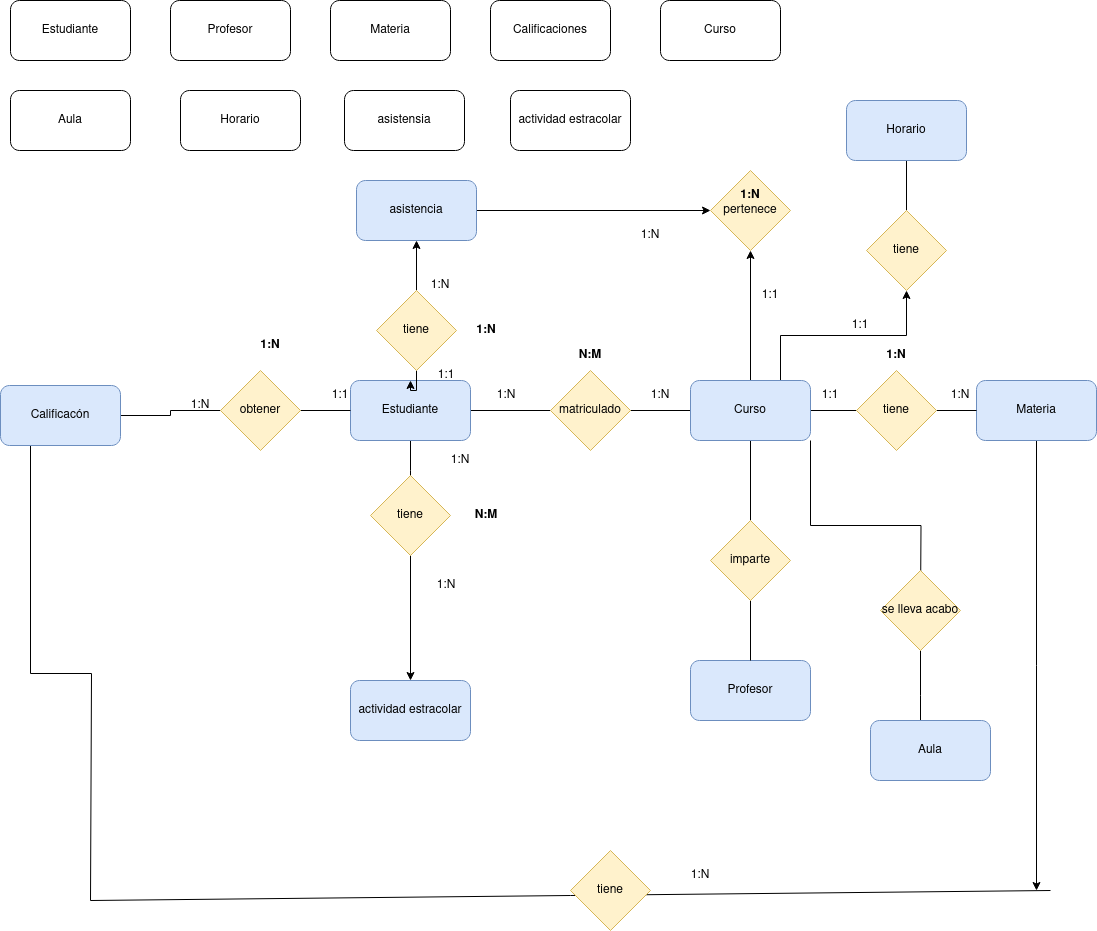
Before: Unidad1/tareas/tarea2/Diagrama sin título.drawio.png, a diagram exported from draw.io (lalayond/base-datos-). Source tidied: cells renumbered, new cells last; positions are measured from the earlier drawing's top-left corner, leaving out a move shared by most shapes.
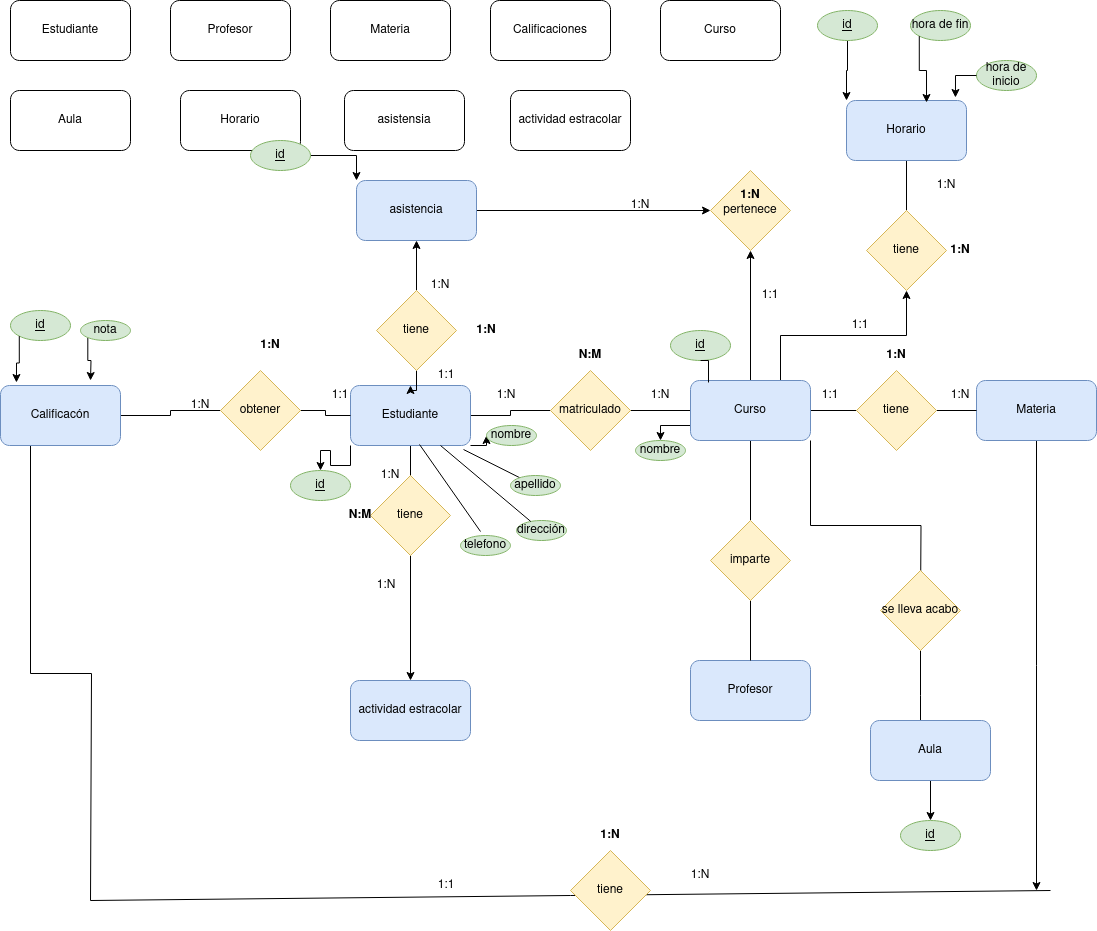
Later version of the same file.

What changed in the source:
```diff
@@ -37,8 +37,14 @@
         <mxPoint x="410" y="500" as="targetPoint" />
       </mxGeometry>
     </mxCell>
+    <mxCell id="71" style="edgeStyle=orthogonalEdgeStyle;rounded=0;jettySize=auto;html=1;exitX=0;exitY=1;exitDx=0;exitDy=0;" parent="1" edge="1" source="11" target="77">
+      <mxGeometry relative="1" as="geometry" />
+    </mxCell>
+    <mxCell id="72" style="edgeStyle=orthogonalEdgeStyle;rounded=0;jettySize=auto;html=1;exitX=1;exitY=1;exitDx=0;exitDy=0;entryX=0;entryY=0.5;entryDx=0;entryDy=0;" parent="1" edge="1" source="11" target="78">
+      <mxGeometry relative="1" as="geometry" />
+    </mxCell>
     <mxCell id="11" value="Estudiante" style="rounded=1;whiteSpace=wrap;html=1;fillColor=#dae8fc;strokeColor=#6c8ebf;" parent="1" vertex="1">
-      <mxGeometry x="350" y="380" width="120" height="60" as="geometry" />
+      <mxGeometry x="350" y="385" width="120" height="60" as="geometry" />
     </mxCell>
     <mxCell id="12" value="Profesor" style="rounded=1;whiteSpace=wrap;html=1;fillColor=#dae8fc;strokeColor=#6c8ebf;" parent="1" vertex="1">
       <mxGeometry x="690" y="660" width="120" height="60" as="geometry" />
@@ -72,6 +78,9 @@
         <mxPoint x="920" y="610" as="targetPoint" />
       </mxGeometry>
     </mxCell>
+    <mxCell id="73" style="edgeStyle=orthogonalEdgeStyle;rounded=0;jettySize=auto;html=1;exitX=0;exitY=0.75;exitDx=0;exitDy=0;entryX=0.5;entryY=0;entryDx=0;entryDy=0;" parent="1" edge="1" source="22" target="87">
+      <mxGeometry relative="1" as="geometry" />
+    </mxCell>
     <mxCell id="22" value="Curso" style="rounded=1;whiteSpace=wrap;html=1;fillColor=#dae8fc;strokeColor=#6c8ebf;" parent="1" vertex="1">
       <mxGeometry x="690" y="380" width="120" height="60" as="geometry" />
     </mxCell>
@@ -147,13 +156,13 @@
       <mxGeometry x="370" y="475" width="80" height="80" as="geometry" />
     </mxCell>
     <mxCell id="46" value="1:N" style="text;html=1;strokeColor=none;fillColor=none;align=center;verticalAlign=middle;whiteSpace=wrap;rounded=0;" parent="1" vertex="1">
-      <mxGeometry x="430" y="445" width="60" height="30" as="geometry" />
+      <mxGeometry x="360" y="460" width="60" height="30" as="geometry" />
     </mxCell>
     <mxCell id="47" value="1:N" style="text;html=1;strokeColor=none;fillColor=none;align=center;verticalAlign=middle;whiteSpace=wrap;rounded=0;" parent="1" vertex="1">
-      <mxGeometry x="416" y="570" width="60" height="30" as="geometry" />
+      <mxGeometry x="356" y="570" width="60" height="30" as="geometry" />
     </mxCell>
     <mxCell id="48" value="&lt;b&gt;N:M&lt;/b&gt;" style="text;html=1;strokeColor=none;fillColor=none;align=center;verticalAlign=middle;whiteSpace=wrap;rounded=0;" parent="1" vertex="1">
-      <mxGeometry x="456" y="500" width="60" height="30" as="geometry" />
+      <mxGeometry x="330" y="500" width="60" height="30" as="geometry" />
     </mxCell>
     <mxCell id="49" value="1:N" style="text;html=1;strokeColor=none;fillColor=none;align=center;verticalAlign=middle;whiteSpace=wrap;rounded=0;" parent="1" vertex="1">
       <mxGeometry x="930" y="380" width="60" height="30" as="geometry" />
@@ -198,7 +207,7 @@
       <mxGeometry x="740" y="280" width="60" height="30" as="geometry" />
     </mxCell>
     <mxCell id="62" value="1:N" style="text;html=1;strokeColor=none;fillColor=none;align=center;verticalAlign=middle;whiteSpace=wrap;rounded=0;" parent="1" vertex="1">
-      <mxGeometry x="620" y="220" width="60" height="30" as="geometry" />
+      <mxGeometry x="916" y="170" width="60" height="30" as="geometry" />
     </mxCell>
     <mxCell id="63" value="&lt;b&gt;1:N&lt;/b&gt;" style="text;html=1;strokeColor=none;fillColor=none;align=center;verticalAlign=middle;whiteSpace=wrap;rounded=0;" parent="1" vertex="1">
       <mxGeometry x="720" y="180" width="60" height="30" as="geometry" />
@@ -225,8 +234,99 @@
     <mxCell id="69" value="se lleva acabo" style="rhombus;whiteSpace=wrap;html=1;fillColor=#fff2cc;strokeColor=#d6b656;" parent="1" vertex="1">
       <mxGeometry x="880" y="570" width="80" height="80" as="geometry" />
     </mxCell>
+    <mxCell id="74" style="edgeStyle=orthogonalEdgeStyle;rounded=0;jettySize=auto;html=1;exitX=0.5;exitY=1;exitDx=0;exitDy=0;" parent="1" edge="1" source="70" target="88">
+      <mxGeometry relative="1" as="geometry" />
+    </mxCell>
     <mxCell id="70" value="Aula" style="rounded=1;whiteSpace=wrap;html=1;fillColor=#dae8fc;strokeColor=#6c8ebf;" parent="1" vertex="1">
       <mxGeometry x="870" y="720" width="120" height="60" as="geometry" />
     </mxCell>
+    <mxCell id="75" value="1:N" style="text;html=1;strokeColor=none;fillColor=none;align=center;verticalAlign=middle;whiteSpace=wrap;rounded=0;" parent="1" vertex="1">
+      <mxGeometry x="610" y="190" width="60" height="30" as="geometry" />
+    </mxCell>
+    <mxCell id="76" value="&lt;b&gt;1:N&lt;/b&gt;" style="text;html=1;strokeColor=none;fillColor=none;align=center;verticalAlign=middle;whiteSpace=wrap;rounded=0;" parent="1" vertex="1">
+      <mxGeometry x="930" y="235" width="60" height="30" as="geometry" />
+    </mxCell>
+    <mxCell id="77" value="id" style="ellipse;whiteSpace=wrap;html=1;fontStyle=4;fillColor=#d5e8d4;strokeColor=#82b366;" parent="1" vertex="1">
+      <mxGeometry x="290" y="470" width="60" height="30" as="geometry" />
+    </mxCell>
+    <mxCell id="78" value="nombre" style="ellipse;whiteSpace=wrap;html=1;fillColor=#d5e8d4;strokeColor=#82b366;" parent="1" vertex="1">
+      <mxGeometry x="486" y="425" width="50" height="20" as="geometry" />
+    </mxCell>
+    <mxCell id="79" value="dirección" style="ellipse;whiteSpace=wrap;html=1;fillColor=#d5e8d4;strokeColor=#82b366;" parent="1" vertex="1">
+      <mxGeometry x="516" y="520" width="50" height="20" as="geometry" />
+    </mxCell>
+    <mxCell id="80" style="endArrow=none;html=1;rounded=0;exitX=0.942;exitY=1.067;exitDx=0;exitDy=0;exitPerimeter=0;" parent="1" edge="1" source="11" target="81">
+      <mxGeometry relative="1" as="geometry" />
+    </mxCell>
+    <mxCell id="81" value="apellido" style="ellipse;whiteSpace=wrap;html=1;fillColor=#d5e8d4;strokeColor=#82b366;" parent="1" vertex="1">
+      <mxGeometry x="510" y="475" width="50" height="20" as="geometry" />
+    </mxCell>
+    <mxCell id="82" style="endArrow=none;html=1;rounded=0;exitX=0.75;exitY=1;exitDx=0;exitDy=0;" parent="1" edge="1" source="11" target="79">
+      <mxGeometry relative="1" as="geometry" />
+    </mxCell>
+    <mxCell id="83" value="telefono" style="ellipse;whiteSpace=wrap;html=1;fillColor=#d5e8d4;strokeColor=#82b366;" parent="1" vertex="1">
+      <mxGeometry x="460" y="535" width="50" height="20" as="geometry" />
+    </mxCell>
+    <mxCell id="84" style="endArrow=none;html=1;rounded=0;exitX=0.575;exitY=0.983;exitDx=0;exitDy=0;exitPerimeter=0;" parent="1" edge="1" source="11">
+      <mxGeometry relative="1" as="geometry">
+        <mxPoint x="480" y="531" as="targetPoint" />
+      </mxGeometry>
+    </mxCell>
+    <mxCell id="85" value="id" style="ellipse;whiteSpace=wrap;html=1;fontStyle=4;fillColor=#d5e8d4;strokeColor=#82b366;" parent="1" vertex="1">
+      <mxGeometry x="670" y="330" width="60" height="30" as="geometry" />
+    </mxCell>
+    <mxCell id="86" style="edgeStyle=orthogonalEdgeStyle;rounded=0;jettySize=auto;html=1;exitX=0.5;exitY=1;exitDx=0;exitDy=0;entryX=0.15;entryY=0.033;entryDx=0;entryDy=0;entryPerimeter=0;endArrow=none;endFill=0;" parent="1" edge="1" source="85" target="22">
+      <mxGeometry relative="1" as="geometry" />
+    </mxCell>
+    <mxCell id="87" value="nombre" style="ellipse;whiteSpace=wrap;html=1;fillColor=#d5e8d4;strokeColor=#82b366;" parent="1" vertex="1">
+      <mxGeometry x="635" y="440" width="50" height="20" as="geometry" />
+    </mxCell>
+    <mxCell id="88" value="id" style="ellipse;whiteSpace=wrap;html=1;fontStyle=4;fillColor=#d5e8d4;strokeColor=#82b366;" parent="1" vertex="1">
+      <mxGeometry x="900" y="820" width="60" height="30" as="geometry" />
+    </mxCell>
+    <mxCell id="89" style="edgeStyle=orthogonalEdgeStyle;rounded=0;jettySize=auto;html=1;exitX=0.5;exitY=1;exitDx=0;exitDy=0;entryX=0;entryY=0;entryDx=0;entryDy=0;" parent="1" edge="1" source="90" target="66">
+      <mxGeometry relative="1" as="geometry" />
+    </mxCell>
+    <mxCell id="90" value="id" style="ellipse;whiteSpace=wrap;html=1;fontStyle=4;fillColor=#d5e8d4;strokeColor=#82b366;" parent="1" vertex="1">
+      <mxGeometry x="817" y="10" width="60" height="30" as="geometry" />
+    </mxCell>
+    <mxCell id="91" value="hora de fin" style="ellipse;whiteSpace=wrap;html=1;fillColor=#d5e8d4;strokeColor=#82b366;" parent="1" vertex="1">
+      <mxGeometry x="910" y="10" width="60" height="30" as="geometry" />
+    </mxCell>
+    <mxCell id="92" style="edgeStyle=orthogonalEdgeStyle;rounded=0;jettySize=auto;html=1;exitX=0;exitY=1;exitDx=0;exitDy=0;entryX=0.667;entryY=0.033;entryDx=0;entryDy=0;entryPerimeter=0;" parent="1" edge="1" source="91" target="66">
+      <mxGeometry relative="1" as="geometry" />
+    </mxCell>
+    <mxCell id="93" value="hora de inicio" style="ellipse;whiteSpace=wrap;html=1;fillColor=#d5e8d4;strokeColor=#82b366;" parent="1" vertex="1">
+      <mxGeometry x="976" y="60" width="60" height="30" as="geometry" />
+    </mxCell>
+    <mxCell id="94" style="edgeStyle=orthogonalEdgeStyle;rounded=0;jettySize=auto;html=1;exitX=0;exitY=0.5;exitDx=0;exitDy=0;entryX=0.908;entryY=-0.05;entryDx=0;entryDy=0;entryPerimeter=0;" parent="1" edge="1" source="93" target="66">
+      <mxGeometry relative="1" as="geometry" />
+    </mxCell>
+    <mxCell id="95" value="id" style="ellipse;whiteSpace=wrap;html=1;fontStyle=4;fillColor=#d5e8d4;strokeColor=#82b366;" parent="1" vertex="1">
+      <mxGeometry x="10" y="310" width="60" height="30" as="geometry" />
+    </mxCell>
+    <mxCell id="96" style="edgeStyle=orthogonalEdgeStyle;rounded=0;jettySize=auto;html=1;exitX=0;exitY=1;exitDx=0;exitDy=0;entryX=0.133;entryY=-0.05;entryDx=0;entryDy=0;entryPerimeter=0;" parent="1" edge="1" source="95" target="8">
+      <mxGeometry relative="1" as="geometry" />
+    </mxCell>
+    <mxCell id="97" style="edgeStyle=orthogonalEdgeStyle;rounded=0;jettySize=auto;html=1;exitX=0;exitY=1;exitDx=0;exitDy=0;" parent="1" edge="1" source="98">
+      <mxGeometry relative="1" as="geometry">
+        <mxPoint x="90" y="380" as="targetPoint" />
+      </mxGeometry>
+    </mxCell>
+    <mxCell id="98" value="nota" style="ellipse;whiteSpace=wrap;html=1;fillColor=#d5e8d4;strokeColor=#82b366;" parent="1" vertex="1">
+      <mxGeometry x="80" y="320" width="50" height="20" as="geometry" />
+    </mxCell>
+    <mxCell id="99" value="1:1" style="text;html=1;strokeColor=none;fillColor=none;align=center;verticalAlign=middle;whiteSpace=wrap;rounded=0;" parent="1" vertex="1">
+      <mxGeometry x="416" y="870" width="60" height="30" as="geometry" />
+    </mxCell>
+    <mxCell id="100" value="&lt;b&gt;1:N&lt;/b&gt;" style="text;html=1;strokeColor=none;fillColor=none;align=center;verticalAlign=middle;whiteSpace=wrap;rounded=0;" parent="1" vertex="1">
+      <mxGeometry x="580" y="820" width="60" height="30" as="geometry" />
+    </mxCell>
+    <mxCell id="101" style="edgeStyle=orthogonalEdgeStyle;rounded=0;jettySize=auto;html=1;exitX=1;exitY=0.5;exitDx=0;exitDy=0;entryX=0;entryY=0;entryDx=0;entryDy=0;" parent="1" edge="1" source="102" target="26">
+      <mxGeometry relative="1" as="geometry" />
+    </mxCell>
+    <mxCell id="102" value="id" style="ellipse;whiteSpace=wrap;html=1;fontStyle=4;fillColor=#d5e8d4;strokeColor=#82b366;" parent="1" vertex="1">
+      <mxGeometry x="250" y="140" width="60" height="30" as="geometry" />
+    </mxCell>
   </root>
 </mxGraphModel>
```
